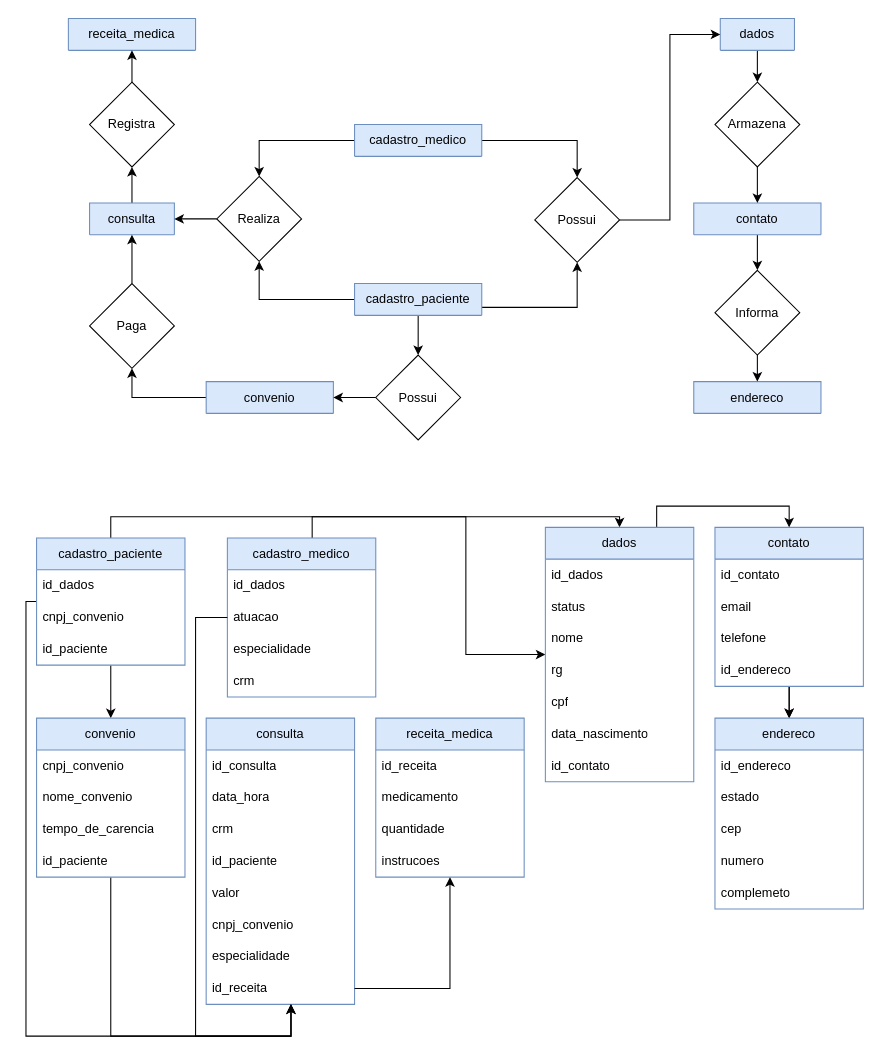
Before: aula_banco.drawio in Gustavo-Bosak/aula-banco, a draw.io diagram. Source tidied: cells renumbered, new cells numbered last; positions are measured from the earlier drawing's top-left corner, leaving out a move shared by most shapes. Both pictures are drawn from the tidied source at 106%, with x=0, y=0 at pixel (25, 18).
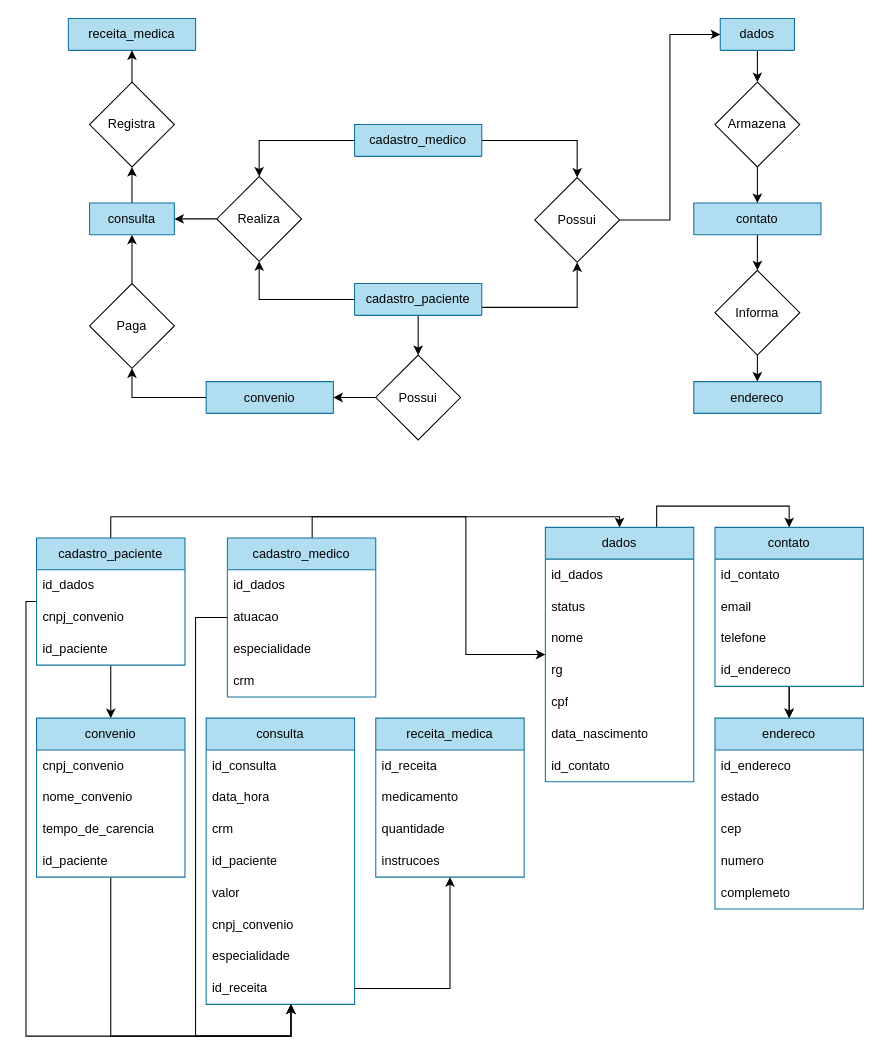
Above is the later version.

Diff of the diagram source:
```diff
@@
-    <mxCell id="3" value="convenio" style="swimlane;fontStyle=0;horizontal=1;startSize=30;whiteSpace=wrap;html=1;fillColor=#dae8fc;strokeColor=#6c8ebf;" parent="1" vertex="1" collapsed="1">
+    <mxCell id="3" value="convenio" style="swimlane;fontStyle=0;horizontal=1;startSize=30;whiteSpace=wrap;html=1;fillColor=#b1ddf0;strokeColor=#10739e;" parent="1" vertex="1" collapsed="1">
       <mxGeometry x="170" y="342.5" width="120" height="30" as="geometry" />
     </mxCell>
@@
-    <mxCell id="5" value="dados" style="swimlane;fontStyle=0;horizontal=1;startSize=30;whiteSpace=wrap;html=1;fillColor=#dae8fc;strokeColor=#6c8ebf;" parent="1" vertex="1" collapsed="1">
+    <mxCell id="5" value="dados" style="swimlane;fontStyle=0;horizontal=1;startSize=30;whiteSpace=wrap;html=1;fillColor=#b1ddf0;strokeColor=#10739e;" parent="1" vertex="1" collapsed="1">
       <mxGeometry x="655" width="70" height="30" as="geometry" />
     </mxCell>
@@
-    <mxCell id="9" value="cadastro_paciente" style="swimlane;fontStyle=0;horizontal=1;startSize=30;whiteSpace=wrap;html=1;fillColor=#dae8fc;strokeColor=#6c8ebf;" parent="1" vertex="1" collapsed="1">
+    <mxCell id="9" value="cadastro_paciente" style="swimlane;fontStyle=0;horizontal=1;startSize=30;whiteSpace=wrap;html=1;fillColor=#b1ddf0;strokeColor=#10739e;" parent="1" vertex="1" collapsed="1">
       <mxGeometry x="310" y="250" width="120" height="30" as="geometry" />
     </mxCell>
@@
-    <mxCell id="11" value="contato" style="swimlane;fontStyle=0;horizontal=1;startSize=30;whiteSpace=wrap;html=1;fillColor=#dae8fc;strokeColor=#6c8ebf;" parent="1" vertex="1" collapsed="1">
+    <mxCell id="11" value="contato" style="swimlane;fontStyle=0;horizontal=1;startSize=30;whiteSpace=wrap;html=1;fillColor=#b1ddf0;strokeColor=#10739e;" parent="1" vertex="1" collapsed="1">
       <mxGeometry x="630" y="174" width="120" height="30" as="geometry" />
     </mxCell>
-    <mxCell id="12" value="endereco" style="swimlane;fontStyle=0;horizontal=1;startSize=30;whiteSpace=wrap;html=1;fillColor=#dae8fc;strokeColor=#6c8ebf;" parent="1" vertex="1" collapsed="1">
+    <mxCell id="12" value="endereco" style="swimlane;fontStyle=0;horizontal=1;startSize=30;whiteSpace=wrap;html=1;fillColor=#b1ddf0;strokeColor=#10739e;" parent="1" vertex="1" collapsed="1">
       <mxGeometry x="630" y="342.5" width="120" height="30" as="geometry" />
     </mxCell>
@@
-    <mxCell id="15" value="cadastro_medico" style="swimlane;fontStyle=0;horizontal=1;startSize=30;whiteSpace=wrap;html=1;fillColor=#dae8fc;strokeColor=#6c8ebf;" parent="1" vertex="1" collapsed="1">
+    <mxCell id="15" value="cadastro_medico" style="swimlane;fontStyle=0;horizontal=1;startSize=30;whiteSpace=wrap;html=1;fillColor=#b1ddf0;strokeColor=#10739e;" parent="1" vertex="1" collapsed="1">
       <mxGeometry x="310" y="100" width="120" height="30" as="geometry" />
     </mxCell>
@@
-    <mxCell id="17" value="consulta" style="swimlane;fontStyle=0;horizontal=1;startSize=30;whiteSpace=wrap;html=1;fillColor=#dae8fc;strokeColor=#6c8ebf;" parent="1" vertex="1" collapsed="1">
+    <mxCell id="17" value="consulta" style="swimlane;fontStyle=0;horizontal=1;startSize=30;whiteSpace=wrap;html=1;fillColor=#b1ddf0;strokeColor=#10739e;" parent="1" vertex="1" collapsed="1">
       <mxGeometry x="60" y="174" width="80" height="30" as="geometry" />
     </mxCell>
-    <mxCell id="18" value="receita_medica" style="swimlane;fontStyle=0;horizontal=1;startSize=30;whiteSpace=wrap;html=1;fillColor=#dae8fc;strokeColor=#6c8ebf;" parent="1" vertex="1" collapsed="1">
+    <mxCell id="18" value="receita_medica" style="swimlane;fontStyle=0;horizontal=1;startSize=30;whiteSpace=wrap;html=1;fillColor=#b1ddf0;strokeColor=#10739e;" parent="1" vertex="1" collapsed="1">
       <mxGeometry x="40" width="120" height="30" as="geometry" />
     </mxCell>
@@
-    <mxCell id="31" value="receita_medica" style="swimlane;fontStyle=0;horizontal=1;startSize=30;whiteSpace=wrap;html=1;fillColor=#dae8fc;strokeColor=#6c8ebf;" parent="1" vertex="1">
+    <mxCell id="31" value="receita_medica" style="swimlane;fontStyle=0;horizontal=1;startSize=30;whiteSpace=wrap;html=1;fillColor=#b1ddf0;strokeColor=#10739e;" parent="1" vertex="1">
       <mxGeometry x="330" y="660" width="140" height="150" as="geometry" />
     </mxCell>
@@
-    <mxCell id="36" value="consulta" style="swimlane;fontStyle=0;horizontal=1;startSize=30;whiteSpace=wrap;html=1;fillColor=#dae8fc;strokeColor=#6c8ebf;" parent="1" vertex="1">
+    <mxCell id="36" value="consulta" style="swimlane;fontStyle=0;horizontal=1;startSize=30;whiteSpace=wrap;html=1;fillColor=#b1ddf0;strokeColor=#10739e;" parent="1" vertex="1">
       <mxGeometry x="170" y="660" width="140" height="270" as="geometry" />
     </mxCell>
@@
-    <mxCell id="46" value="cadastro_medico" style="swimlane;fontStyle=0;horizontal=1;startSize=30;whiteSpace=wrap;html=1;fillColor=#dae8fc;strokeColor=#6c8ebf;" parent="1" vertex="1">
+    <mxCell id="46" value="cadastro_medico" style="swimlane;fontStyle=0;horizontal=1;startSize=30;whiteSpace=wrap;html=1;fillColor=#b1ddf0;strokeColor=#10739e;" parent="1" vertex="1">
       <mxGeometry x="190" y="490" width="140" height="150" as="geometry" />
     </mxCell>
@@
-    <mxCell id="54" value="cadastro_paciente" style="swimlane;fontStyle=0;horizontal=1;startSize=30;whiteSpace=wrap;html=1;fillColor=#dae8fc;strokeColor=#6c8ebf;" parent="1" vertex="1">
+    <mxCell id="54" value="cadastro_paciente" style="swimlane;fontStyle=0;horizontal=1;startSize=30;whiteSpace=wrap;html=1;fillColor=#b1ddf0;strokeColor=#10739e;" parent="1" vertex="1">
       <mxGeometry x="10" y="490" width="140" height="120" as="geometry" />
     </mxCell>
@@
-    <mxCell id="59" value="convenio" style="swimlane;fontStyle=0;horizontal=1;startSize=30;whiteSpace=wrap;html=1;fillColor=#dae8fc;strokeColor=#6c8ebf;" parent="1" vertex="1">
+    <mxCell id="59" value="convenio" style="swimlane;fontStyle=0;horizontal=1;startSize=30;whiteSpace=wrap;html=1;fillColor=#b1ddf0;strokeColor=#10739e;" parent="1" vertex="1">
       <mxGeometry x="10" y="660" width="140" height="150" as="geometry" />
     </mxCell>
@@
-    <mxCell id="66" value="contato" style="swimlane;fontStyle=0;horizontal=1;startSize=30;whiteSpace=wrap;html=1;fillColor=#dae8fc;strokeColor=#6c8ebf;" parent="1" vertex="1">
+    <mxCell id="66" value="contato" style="swimlane;fontStyle=0;horizontal=1;startSize=30;whiteSpace=wrap;html=1;fillColor=#b1ddf0;strokeColor=#10739e;" parent="1" vertex="1">
       <mxGeometry x="650" y="480" width="140" height="150" as="geometry" />
     </mxCell>
@@
-    <mxCell id="72" value="dados" style="swimlane;fontStyle=0;horizontal=1;startSize=30;whiteSpace=wrap;html=1;fillColor=#dae8fc;strokeColor=#6c8ebf;" parent="1" vertex="1">
+    <mxCell id="72" value="dados" style="swimlane;fontStyle=0;horizontal=1;startSize=30;whiteSpace=wrap;html=1;fillColor=#b1ddf0;strokeColor=#10739e;" parent="1" vertex="1">
       <mxGeometry x="490" y="480" width="140" height="240" as="geometry" />
     </mxCell>
@@
-    <mxCell id="80" value="endereco" style="swimlane;fontStyle=0;horizontal=1;startSize=30;whiteSpace=wrap;html=1;fillColor=#dae8fc;strokeColor=#6c8ebf;" parent="1" vertex="1">
+    <mxCell id="80" value="endereco" style="swimlane;fontStyle=0;horizontal=1;startSize=30;whiteSpace=wrap;html=1;fillColor=#b1ddf0;strokeColor=#10739e;" parent="1" vertex="1">
       <mxGeometry x="650" y="660" width="140" height="180" as="geometry" />
     </mxCell>
```
